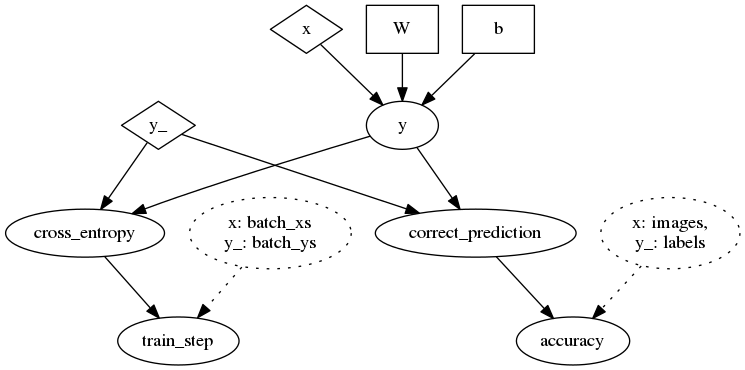
This is tutorial_02.png from jordibc/tensorflow_tutorial, a Graphviz export, as it was before one commit. Its source is kept beside it as tutorial_02.dot.
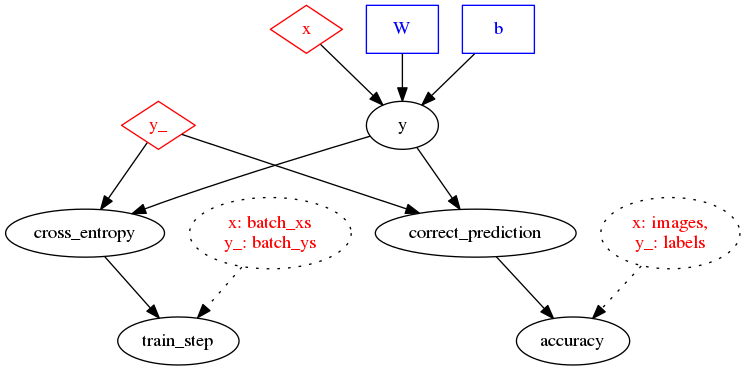
The same file after the commit.

What changed in the source:
```diff
@@ -1,19 +1,19 @@
 digraph G {
-  x [shape=diamond];
-  W [shape=box];
-  b [shape=box];
-  y_ [shape=diamond];
+  x [shape=diamond,color=red,fontcolor=red];
+  W [shape=box,color=blue,fontcolor=blue];
+  b [shape=box,color=blue,fontcolor=blue];
+  y_ [shape=diamond,color=red,fontcolor=red];
   x -> y;
   W -> y;
   b -> y;
   y -> cross_entropy;
   y_ -> cross_entropy;
   cross_entropy -> train_step;
-  data_batch [label="x: batch_xs\ny_: batch_ys",style="dotted"];
+  data_batch [label="x: batch_xs\ny_: batch_ys",style=dotted,fontcolor=red];
   data_batch -> train_step [style=dotted];
   y -> correct_prediction;
   y_ -> correct_prediction;
   correct_prediction -> accuracy;
-  data_all [label="x: images,\ny_: labels",style="dotted"];
+  data_all [label="x: images,\ny_: labels",style=dotted,fontcolor=red];
   data_all -> accuracy [style=dotted];
 }
```
